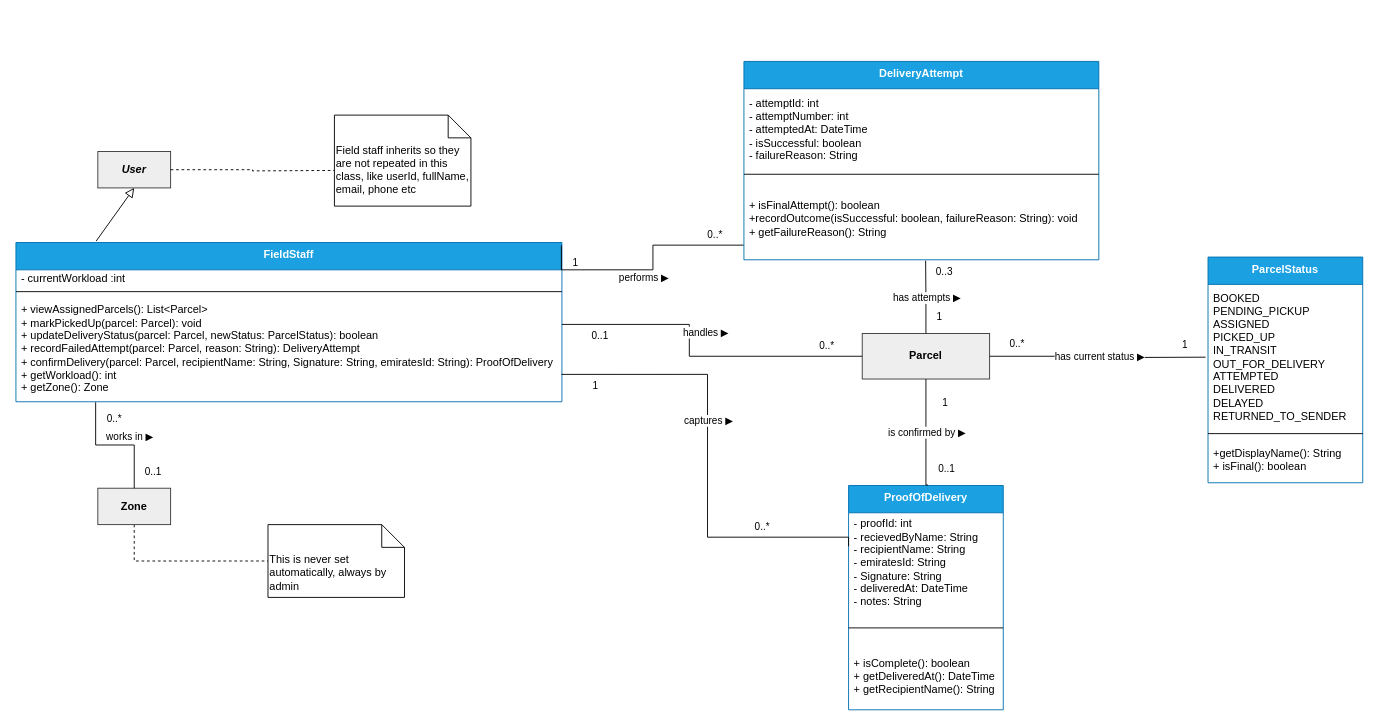
Above: Project/Object_Modeling/Individual_Models/Muhammad_Hammad_Class_Diagram.drawio in COE420-Team10-F26/Courier_parcel_tracking_system (draw.io), before the change. Source tidied: cells renumbered, new cells numbered last; positions are measured from the earlier drawing's top-left corner, leaving out a move shared by most shapes. Both pictures are drawn from the tidied source at 91%, with x=0, y=0 at pixel (15, 61).
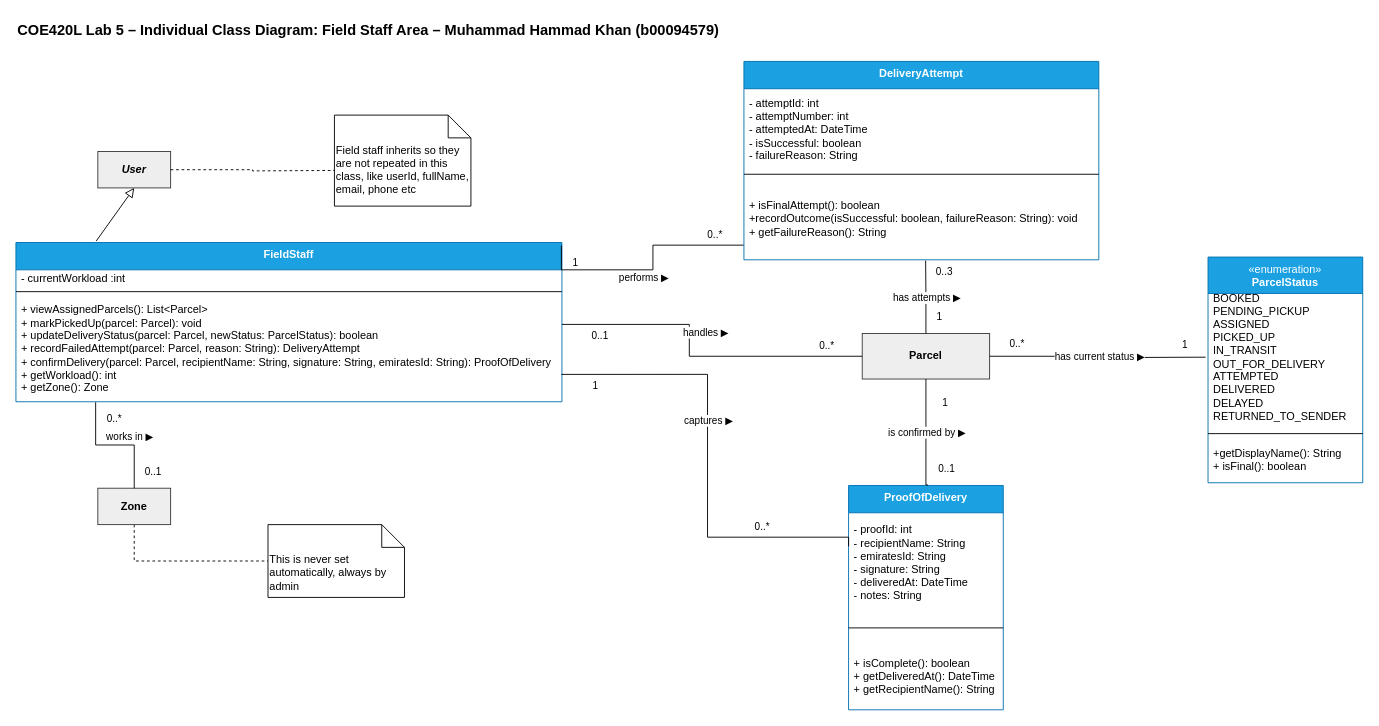
The same diagram, later.

The change refers to these unchanged cells:
```xml
<mxCell id="5" value="&lt;b&gt;FieldStaff&lt;/b&gt;" style="swimlane;fontStyle=0;align=center;verticalAlign=top;horizontal=1;startSize=30;html=1;whiteSpace=wrap;fillColor=#1ba1e2;fontColor=#ffffff;strokeColor=#006EAF;" parent="1" vertex="1">
  <mxGeometry y="199" width="600" height="175" as="geometry" />
</mxCell>
<mxCell id="31" value="&lt;b&gt;ProofOfDelivery&lt;/b&gt;" style="swimlane;fontStyle=0;align=center;verticalAlign=top;horizontal=1;startSize=30;html=1;whiteSpace=wrap;fillColor=#1ba1e2;fontColor=#ffffff;strokeColor=#006EAF;" parent="1" vertex="1">
  <mxGeometry x="915" y="466" width="170" height="246.5" as="geometry" />
</mxCell>
```

Change to the diagram source:
```diff
@@
-    <mxCell id="8" value="+ viewAssignedParcels(): List&amp;lt;Parcel&amp;gt;&lt;div&gt;+ markPickedUp(parcel: Parcel): void&lt;/div&gt;&lt;div&gt;+ updateDeliveryStatus(parcel: Parcel, newStatus: ParcelStatus): boolean&lt;/div&gt;&lt;div&gt;+ recordFailedAttempt(parcel: Parcel, reason: String): DeliveryAttempt&lt;/div&gt;&lt;div&gt;+ confirmDelivery(parcel: Parcel, recipientName: String, Signature: String,&amp;nbsp;emiratesId: String): ProofOfDelivery&lt;/div&gt;&lt;div&gt;+ getWorkload(): int&lt;/div&gt;&lt;div&gt;+ getZone(): Zone&lt;/div&gt;" style="text;html=1;strokeColor=none;fillColor=none;align=left;verticalAlign=middle;spacingLeft=4;spacingRight=4;overflow=hidden;points=[[0,0.5],[1,0.5]];portConstraint=eastwest;whiteSpace=wrap;" parent="5" vertex="1">
+    <mxCell id="8" value="+ viewAssignedParcels(): List&amp;lt;Parcel&amp;gt;&lt;div&gt;+ markPickedUp(parcel: Parcel): void&lt;/div&gt;&lt;div&gt;+ updateDeliveryStatus(parcel: Parcel, newStatus: ParcelStatus): boolean&lt;/div&gt;&lt;div&gt;+ recordFailedAttempt(parcel: Parcel, reason: String): DeliveryAttempt&lt;/div&gt;&lt;div&gt;+ confirmDelivery(parcel: Parcel, recipientName: String, signature: String,&amp;nbsp;emiratesId: String): ProofOfDelivery&lt;/div&gt;&lt;div&gt;+ getWorkload(): int&lt;/div&gt;&lt;div&gt;+ getZone(): Zone&lt;/div&gt;" style="text;html=1;strokeColor=none;fillColor=none;align=left;verticalAlign=middle;spacingLeft=4;spacingRight=4;overflow=hidden;points=[[0,0.5],[1,0.5]];portConstraint=eastwest;whiteSpace=wrap;" parent="5" vertex="1">
       <mxGeometry y="58" width="600" height="117" as="geometry" />
     </mxCell>
@@
-    <mxCell id="32" value="- proofId: int&lt;div&gt;- recievedByName: String&lt;/div&gt;&lt;div&gt;&lt;span style=&quot;background-color: transparent; color: light-dark(#000000, var(--ge-light-color, #ffffff));&quot;&gt;-&amp;nbsp;&lt;/span&gt;&lt;span style=&quot;background-color: transparent; color: light-dark(#000000, var(--ge-light-color, #ffffff));&quot;&gt;recipientName: String&lt;/span&gt;&lt;/div&gt;&lt;div&gt;&lt;span style=&quot;background-color: transparent; color: light-dark(#000000, var(--ge-light-color, #ffffff));&quot;&gt;-&amp;nbsp;&lt;/span&gt;&lt;span style=&quot;background-color: transparent; color: light-dark(#000000, var(--ge-light-color, #ffffff));&quot;&gt;emiratesId: String&lt;/span&gt;&lt;/div&gt;&lt;div&gt;&lt;span style=&quot;background-color: transparent; color: light-dark(#000000, var(--ge-light-color, #ffffff));&quot;&gt;- Signature: String&lt;/span&gt;&lt;/div&gt;&lt;div&gt;&lt;span style=&quot;background-color: transparent; color: light-dark(#000000, var(--ge-light-color, #ffffff));&quot;&gt;- deliveredAt: DateTime&lt;/span&gt;&lt;/div&gt;&lt;div&gt;- notes: String&lt;/div&gt;" style="text;html=1;strokeColor=none;fillColor=none;align=left;verticalAlign=middle;spacingLeft=4;spacingRight=4;overflow=hidden;points=[[0,0.5],[1,0.5]];portConstraint=eastwest;whiteSpace=wrap;" parent="31" vertex="1">
+    <mxCell id="32" value="- proofId: int&lt;div&gt;&lt;span style=&quot;background-color: transparent; color: light-dark(#000000, var(--ge-light-color, #ffffff));&quot;&gt;-&amp;nbsp;&lt;/span&gt;&lt;span style=&quot;background-color: transparent; color: light-dark(#000000, var(--ge-light-color, #ffffff));&quot;&gt;recipientName: String&lt;/span&gt;&lt;/div&gt;&lt;div&gt;&lt;span style=&quot;background-color: transparent; color: light-dark(#000000, var(--ge-light-color, #ffffff));&quot;&gt;-&amp;nbsp;&lt;/span&gt;&lt;span style=&quot;background-color: transparent; color: light-dark(#000000, var(--ge-light-color, #ffffff));&quot;&gt;emiratesId: String&lt;/span&gt;&lt;/div&gt;&lt;div&gt;&lt;span style=&quot;background-color: transparent; color: light-dark(#000000, var(--ge-light-color, #ffffff));&quot;&gt;- signature: String&lt;/span&gt;&lt;/div&gt;&lt;div&gt;&lt;span style=&quot;background-color: transparent; color: light-dark(#000000, var(--ge-light-color, #ffffff));&quot;&gt;- deliveredAt: DateTime&lt;/span&gt;&lt;/div&gt;&lt;div&gt;- notes: String&lt;/div&gt;" style="text;html=1;strokeColor=none;fillColor=none;align=left;verticalAlign=middle;spacingLeft=4;spacingRight=4;overflow=hidden;points=[[0,0.5],[1,0.5]];portConstraint=eastwest;whiteSpace=wrap;" parent="31" vertex="1">
       <mxGeometry y="30" width="170" height="110" as="geometry" />
     </mxCell>
@@
-    <mxCell id="47" value="&lt;b&gt;ParcelStatus&lt;/b&gt;" style="swimlane;fontStyle=0;align=center;verticalAlign=top;horizontal=1;startSize=30;html=1;whiteSpace=wrap;fillColor=#1ba1e2;fontColor=#ffffff;strokeColor=#006EAF;" parent="1" vertex="1">
+    <mxCell id="47" value="&amp;laquo;enumeration&amp;raquo;&lt;br&gt;&lt;b&gt;ParcelStatus&lt;/b&gt;" style="swimlane;fontStyle=0;align=center;verticalAlign=top;horizontal=1;startSize=40;html=1;whiteSpace=wrap;fillColor=#1ba1e2;fontColor=#ffffff;strokeColor=#006EAF;" parent="1" vertex="1">
       <mxGeometry x="1310" y="215" width="170" height="248" as="geometry" />
     </mxCell>
@@
+    <mxCell id="55" value="COE420L Lab 5 – Individual Class Diagram: Field Staff Area – Muhammad Hammad Khan (b00094579)" style="text;html=1;align=left;verticalAlign=middle;fontSize=16;fontStyle=1;" parent="1" vertex="1">
+      <mxGeometry y="-50" width="1100" height="30" as="geometry" />
+    </mxCell>
```
